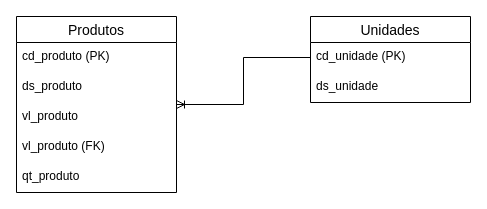
Above: UC10/ATIVIDADE1/atividade1.drawio in professorlozano/DMA_T6 (draw.io), before the change. Source tidied: cells renumbered, new cells numbered last; positions are measured from the earlier drawing's top-left corner, leaving out a move shared by most shapes. Both pictures are drawn from the tidied source at 100%, with x=0, y=0 at pixel (16, 16).
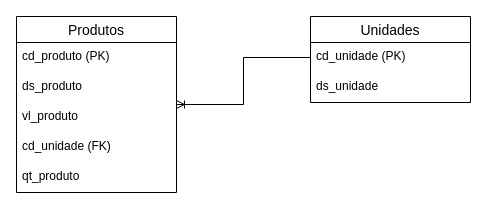
Above is the later version.

Change to the diagram source:
```diff
@@
 <mxGraphModel>
   <root>
     <mxCell id="0" />
     <mxCell id="1" parent="0" />
     <mxCell id="2" value="Produtos" style="swimlane;fontStyle=0;horizontal=1;startSize=26;align=center;fontSize=14;" parent="1" vertex="1">
       <mxGeometry width="160" height="176" as="geometry" />
     </mxCell>
     <mxCell id="3" value="cd_produto (PK)" style="text;strokeColor=none;fillColor=none;spacingLeft=4;spacingRight=4;overflow=hidden;fontSize=12;" parent="2" vertex="1">
       <mxGeometry y="26" width="160" height="30" as="geometry" />
     </mxCell>
     <mxCell id="4" value="ds_produto" style="text;strokeColor=none;fillColor=none;spacingLeft=4;spacingRight=4;overflow=hidden;fontSize=12;" parent="2" vertex="1">
       <mxGeometry y="56" width="160" height="30" as="geometry" />
     </mxCell>
     <mxCell id="5" value="vl_produto" style="text;strokeColor=none;fillColor=none;spacingLeft=4;spacingRight=4;overflow=hidden;fontSize=12;" parent="2" vertex="1">
       <mxGeometry y="86" width="160" height="30" as="geometry" />
     </mxCell>
-    <mxCell id="6" value="vl_produto (FK)" style="text;strokeColor=none;fillColor=none;spacingLeft=4;spacingRight=4;overflow=hidden;fontSize=12;" parent="2" vertex="1">
+    <mxCell id="6" value="cd_unidade (FK)" style="text;strokeColor=none;fillColor=none;spacingLeft=4;spacingRight=4;overflow=hidden;fontSize=12;" parent="2" vertex="1">
       <mxGeometry y="116" width="160" height="30" as="geometry" />
     </mxCell>
     <mxCell id="7" value="qt_produto" style="text;strokeColor=none;fillColor=none;spacingLeft=4;spacingRight=4;overflow=hidden;fontSize=12;" parent="2" vertex="1">
       <mxGeometry y="146" width="160" height="30" as="geometry" />
     </mxCell>
     <mxCell id="8" value="Unidades" style="swimlane;fontStyle=0;horizontal=1;startSize=26;align=center;fontSize=14;" parent="1" vertex="1">
       <mxGeometry x="294" width="160" height="86" as="geometry" />
     </mxCell>
     <mxCell id="9" value="cd_unidade (PK)" style="text;strokeColor=none;fillColor=none;spacingLeft=4;spacingRight=4;overflow=hidden;points=[[0,0.5],[1,0.5]];portConstraint=eastwest;fontSize=12;" parent="8" vertex="1">
       <mxGeometry y="26" width="160" height="30" as="geometry" />
     </mxCell>
     <mxCell id="10" value="ds_unidade" style="text;strokeColor=none;fillColor=none;spacingLeft=4;spacingRight=4;overflow=hidden;fontSize=12;" parent="8" vertex="1">
       <mxGeometry y="56" width="160" height="30" as="geometry" />
     </mxCell>
     <mxCell id="11" style="edgeStyle=orthogonalEdgeStyle;rounded=0;jettySize=auto;html=1;endArrow=ERoneToMany;endFill=0;" parent="1" edge="1" source="9" target="2">
       <mxGeometry relative="1" as="geometry" />
     </mxCell>
   </root>
 </mxGraphModel>
```
